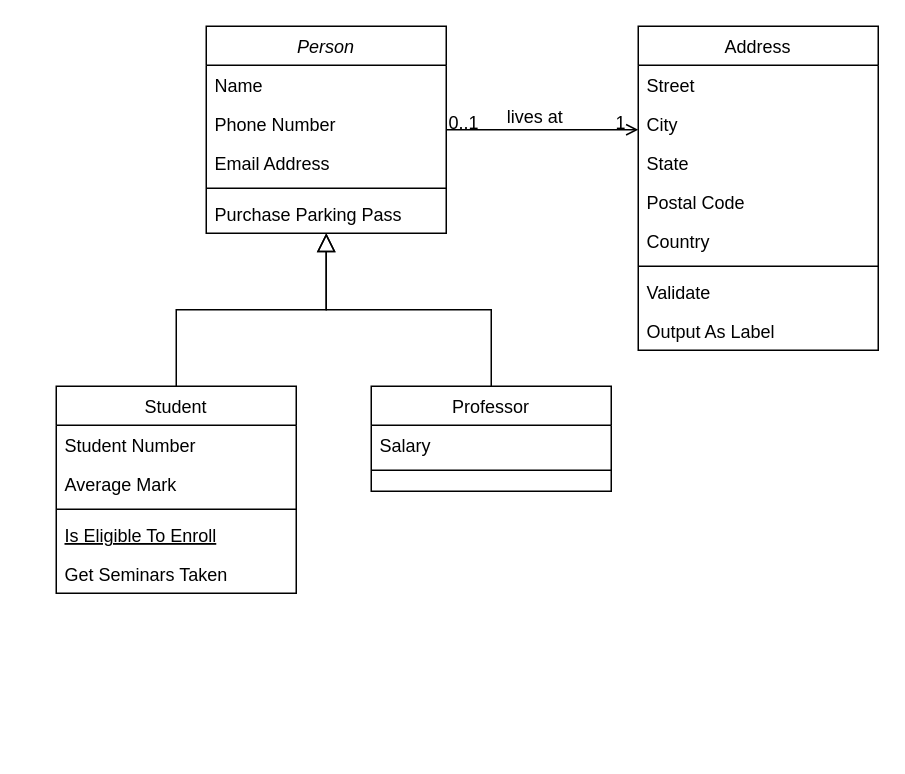
This is plateforme_de_correction(MI).drawio from SSDM2/ESP_DBEval, a draw.io file, before an edit. Source tidied: cells renumbered, new cells numbered last; positions are measured from the earlier drawing's top-left corner, leaving out a move shared by most shapes. Both pictures are drawn from the tidied source at 150%, with x=0, y=0 at pixel (56, 26).
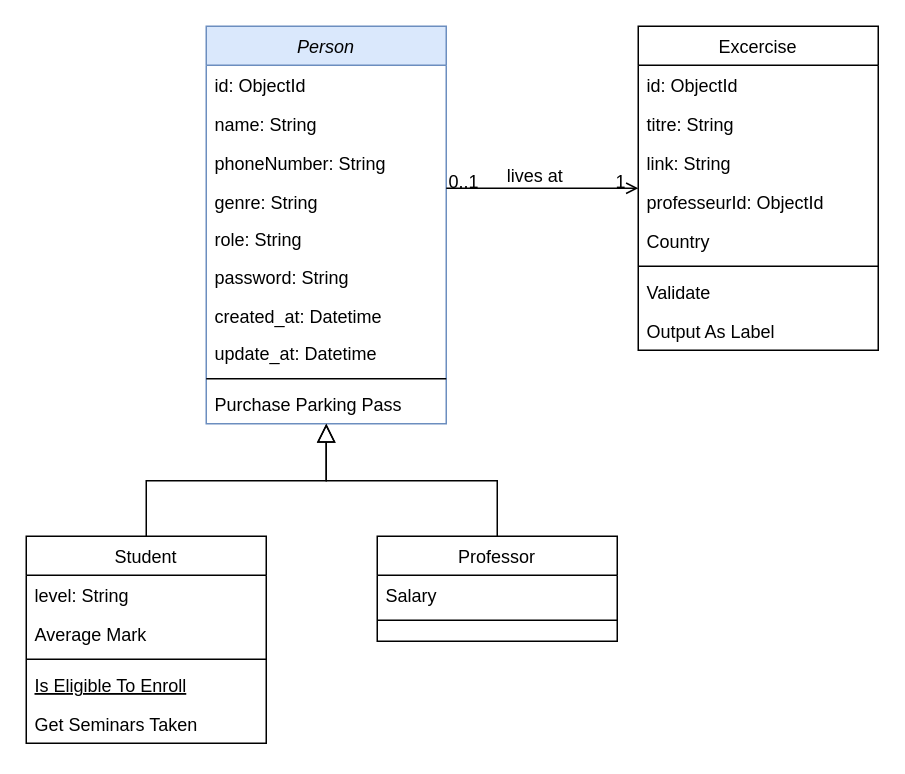
The same diagram, later.

Commit message:
Mettre à jour plateforme_de_correction(MI).drawio

What changed in the source:
```diff
@@
-    <mxCell id="2" value="Person" style="swimlane;fontStyle=2;align=center;verticalAlign=top;horizontal=1;startSize=26;rounded=0;shadow=0;strokeWidth=1;" parent="1" vertex="1">
-      <mxGeometry x="100" width="160" height="138" as="geometry" />
+    <mxCell id="2" value="Person" style="swimlane;fontStyle=2;align=center;verticalAlign=top;horizontal=1;startSize=26;rounded=0;shadow=0;strokeWidth=1;fillColor=#dae8fc;strokeColor=#6c8ebf;" parent="1" vertex="1">
+      <mxGeometry x="100" width="160" height="265" as="geometry" />
     </mxCell>
-    <mxCell id="3" value="Name" style="text;align=left;verticalAlign=top;spacingLeft=4;spacingRight=4;overflow=hidden;" parent="2" vertex="1">
+    <mxCell id="3" value="id: ObjectId" style="text;align=left;verticalAlign=top;spacingLeft=4;spacingRight=4;overflow=hidden;" parent="2" vertex="1">
       <mxGeometry y="26" width="160" height="26" as="geometry" />
     </mxCell>
+    <mxCell id="32" value="name: String" style="text;align=left;verticalAlign=top;spacingLeft=4;spacingRight=4;overflow=hidden;" parent="2" vertex="1">
+      <mxGeometry y="52" width="160" height="26" as="geometry" />
+    </mxCell>
-    <mxCell id="4" value="Phone Number" style="text;align=left;verticalAlign=top;spacingLeft=4;spacingRight=4;overflow=hidden;rounded=0;shadow=0;html=0;" parent="2" vertex="1">
-      <mxGeometry y="52" width="160" height="26" as="geometry" />
+    <mxCell id="4" value="phoneNumber: String" style="text;align=left;verticalAlign=top;spacingLeft=4;spacingRight=4;overflow=hidden;rounded=0;shadow=0;html=0;" parent="2" vertex="1">
+      <mxGeometry y="78" width="160" height="26" as="geometry" />
     </mxCell>
+    <mxCell id="33" value="genre: String" style="text;align=left;verticalAlign=top;spacingLeft=4;spacingRight=4;overflow=hidden;rounded=0;shadow=0;html=0;" parent="2" vertex="1">
+      <mxGeometry y="104" width="160" height="25" as="geometry" />
+    </mxCell>
+    <mxCell id="34" value="role: String" style="text;align=left;verticalAlign=top;spacingLeft=4;spacingRight=4;overflow=hidden;rounded=0;shadow=0;html=0;" parent="2" vertex="1">
+      <mxGeometry y="129" width="160" height="25" as="geometry" />
+    </mxCell>
+    <mxCell id="35" value="password: String" style="text;align=left;verticalAlign=top;spacingLeft=4;spacingRight=4;overflow=hidden;rounded=0;shadow=0;html=0;" parent="2" vertex="1">
+      <mxGeometry y="154" width="160" height="26" as="geometry" />
+    </mxCell>
+    <mxCell id="36" value="created_at: Datetime" style="text;align=left;verticalAlign=top;spacingLeft=4;spacingRight=4;overflow=hidden;rounded=0;shadow=0;html=0;" parent="2" vertex="1">
+      <mxGeometry y="180" width="160" height="25" as="geometry" />
+    </mxCell>
-    <mxCell id="5" value="Email Address" style="text;align=left;verticalAlign=top;spacingLeft=4;spacingRight=4;overflow=hidden;rounded=0;shadow=0;html=0;" parent="2" vertex="1">
-      <mxGeometry y="78" width="160" height="26" as="geometry" />
+    <mxCell id="5" value="update_at: Datetime" style="text;align=left;verticalAlign=top;spacingLeft=4;spacingRight=4;overflow=hidden;rounded=0;shadow=0;html=0;" parent="2" vertex="1">
+      <mxGeometry y="205" width="160" height="26" as="geometry" />
     </mxCell>
     <mxCell id="6" style="line;html=1;strokeWidth=1;align=left;verticalAlign=middle;spacingTop=-1;spacingLeft=3;spacingRight=3;labelPosition=right;" parent="2" vertex="1">
-      <mxGeometry y="104" width="160" height="8" as="geometry" />
+      <mxGeometry y="231" width="160" height="8" as="geometry" />
     </mxCell>
     <mxCell id="7" value="Purchase Parking Pass" style="text;align=left;verticalAlign=top;spacingLeft=4;spacingRight=4;overflow=hidden;" parent="2" vertex="1">
-      <mxGeometry y="112" width="160" height="26" as="geometry" />
+      <mxGeometry y="239" width="160" height="26" as="geometry" />
     </mxCell>
     <mxCell id="8" value="Student" style="swimlane;fontStyle=0;align=center;verticalAlign=top;horizontal=1;startSize=26;rounded=0;shadow=0;strokeWidth=1;" parent="1" vertex="1">
-      <mxGeometry y="240" width="160" height="138" as="geometry" />
+      <mxGeometry x="-20" y="340" width="160" height="138" as="geometry" />
     </mxCell>
-    <mxCell id="9" value="Student Number" style="text;align=left;verticalAlign=top;spacingLeft=4;spacingRight=4;overflow=hidden;" parent="8" vertex="1">
+    <mxCell id="9" value="level: String" style="text;align=left;verticalAlign=top;spacingLeft=4;spacingRight=4;overflow=hidden;" parent="8" vertex="1">
       <mxGeometry y="26" width="160" height="26" as="geometry" />
     </mxCell>
@@
     <mxCell id="15" value="Professor" style="swimlane;fontStyle=0;align=center;verticalAlign=top;horizontal=1;startSize=26;rounded=0;shadow=0;strokeWidth=1;" parent="1" vertex="1">
-      <mxGeometry x="210" y="240" width="160" height="70" as="geometry" />
+      <mxGeometry x="214" y="340" width="160" height="70" as="geometry" />
     </mxCell>
@@
-    <mxCell id="19" value="Address" style="swimlane;fontStyle=0;align=center;verticalAlign=top;horizontal=1;startSize=26;rounded=0;shadow=0;strokeWidth=1;" parent="1" vertex="1">
+    <mxCell id="19" value="Excercise" style="swimlane;fontStyle=0;align=center;verticalAlign=top;horizontal=1;startSize=26;rounded=0;shadow=0;strokeWidth=1;" parent="1" vertex="1">
       <mxGeometry x="388" width="160" height="216" as="geometry" />
     </mxCell>
-    <mxCell id="20" value="Street" style="text;align=left;verticalAlign=top;spacingLeft=4;spacingRight=4;overflow=hidden;" parent="19" vertex="1">
+    <mxCell id="20" value="id: ObjectId" style="text;align=left;verticalAlign=top;spacingLeft=4;spacingRight=4;overflow=hidden;" parent="19" vertex="1">
       <mxGeometry y="26" width="160" height="26" as="geometry" />
     </mxCell>
-    <mxCell id="21" value="City" style="text;align=left;verticalAlign=top;spacingLeft=4;spacingRight=4;overflow=hidden;rounded=0;shadow=0;html=0;" parent="19" vertex="1">
+    <mxCell id="21" value="titre: String" style="text;align=left;verticalAlign=top;spacingLeft=4;spacingRight=4;overflow=hidden;rounded=0;shadow=0;html=0;" parent="19" vertex="1">
       <mxGeometry y="52" width="160" height="26" as="geometry" />
     </mxCell>
-    <mxCell id="22" value="State" style="text;align=left;verticalAlign=top;spacingLeft=4;spacingRight=4;overflow=hidden;rounded=0;shadow=0;html=0;" parent="19" vertex="1">
+    <mxCell id="22" value="link: String" style="text;align=left;verticalAlign=top;spacingLeft=4;spacingRight=4;overflow=hidden;rounded=0;shadow=0;html=0;" parent="19" vertex="1">
       <mxGeometry y="78" width="160" height="26" as="geometry" />
     </mxCell>
-    <mxCell id="23" value="Postal Code" style="text;align=left;verticalAlign=top;spacingLeft=4;spacingRight=4;overflow=hidden;rounded=0;shadow=0;html=0;" parent="19" vertex="1">
+    <mxCell id="23" value="professeurId: ObjectId" style="text;align=left;verticalAlign=top;spacingLeft=4;spacingRight=4;overflow=hidden;rounded=0;shadow=0;html=0;" parent="19" vertex="1">
       <mxGeometry y="104" width="160" height="26" as="geometry" />
     </mxCell>
```
